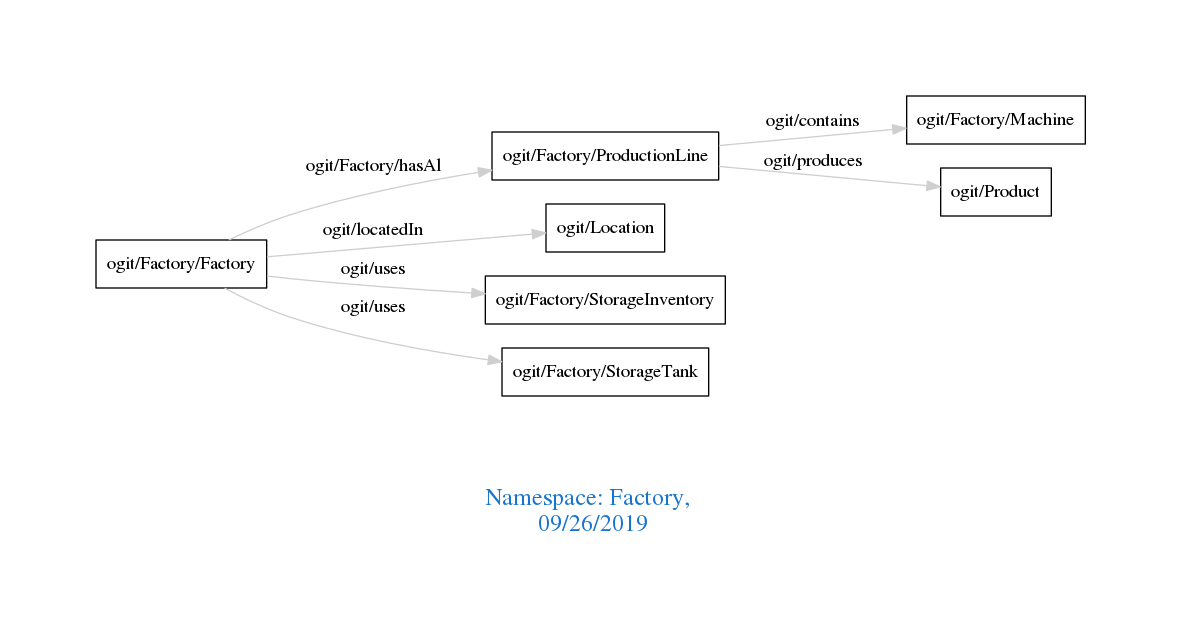
Before: downloads/Factory.png, a diagram exported from Graphviz (arago/OGIT). Its source is kept beside it as downloads/Factory.dot.
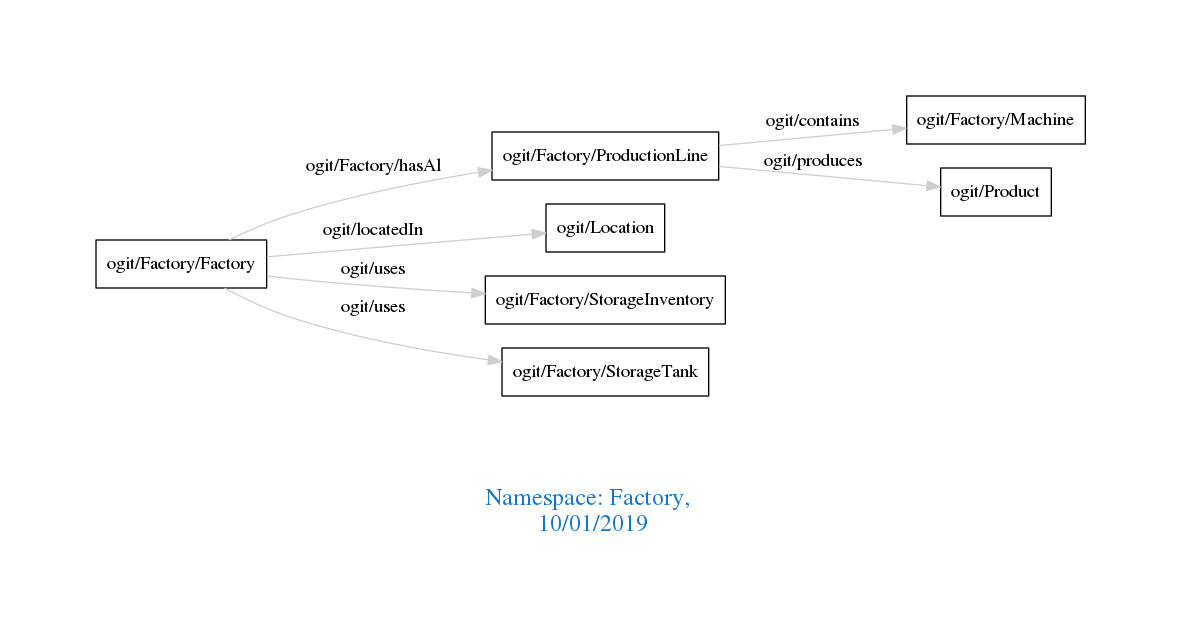
Later version of the same file.

What changed in the source:
```diff
@@ -1,7 +1,7 @@
 digraph OGIT_ontology {
  graph [ rankdir= LR,pad=1
 fontsize = 18,
-fontcolor= dodgerblue3,label = "\n\n\nNamespace: Factory, \n 09/26/2019"];
+fontcolor= dodgerblue3,label = "\n\n\nNamespace: Factory, \n 10/01/2019"];
 node[shape=polygon];
 edge [  color="gray81"];
 
```
